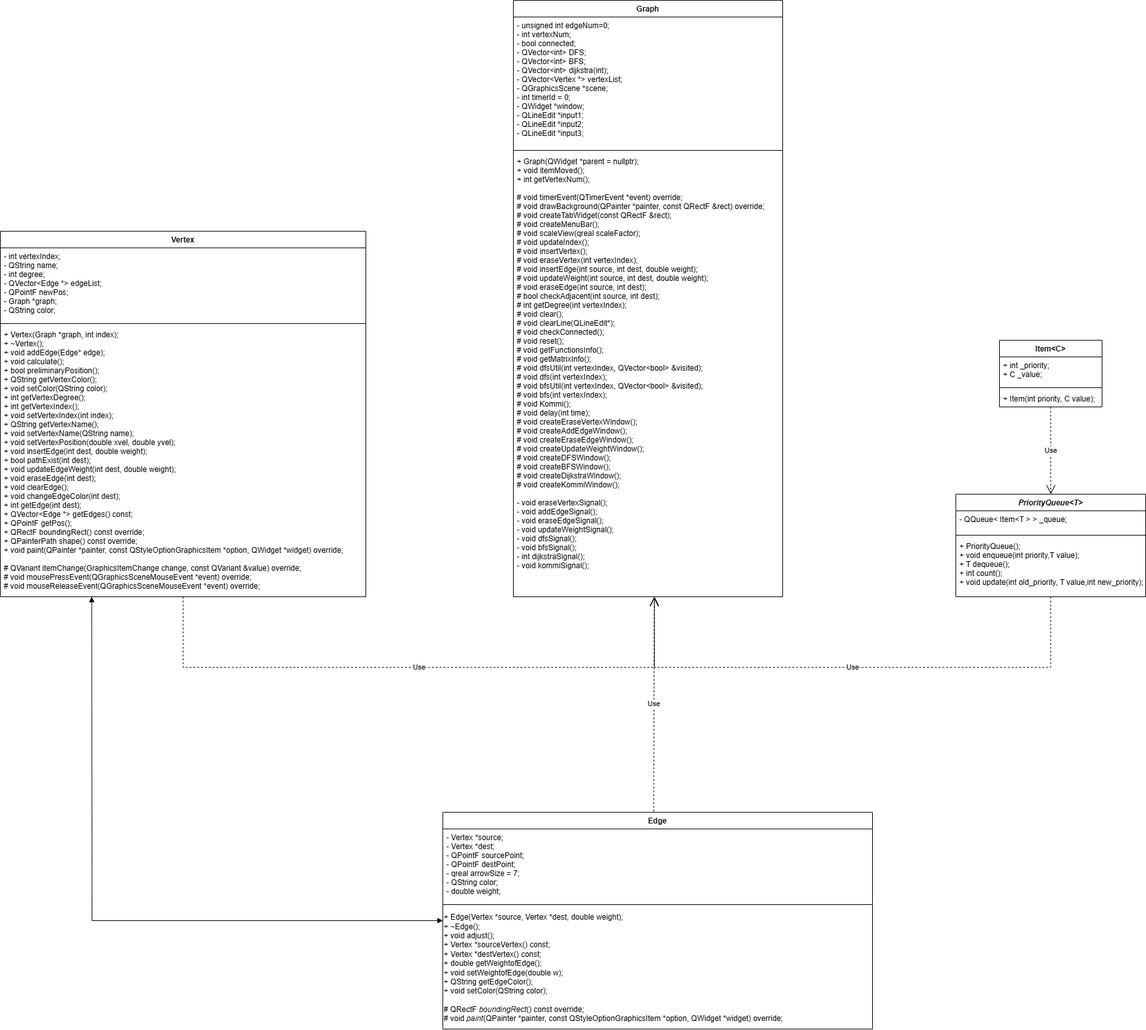
Before: Graph/kommi.png, a diagram exported from draw.io (blzz4c/CreativeWork). Source tidied: cells renumbered, new cells last; positions are measured from the earlier drawing's top-left corner, leaving out a move shared by most shapes.
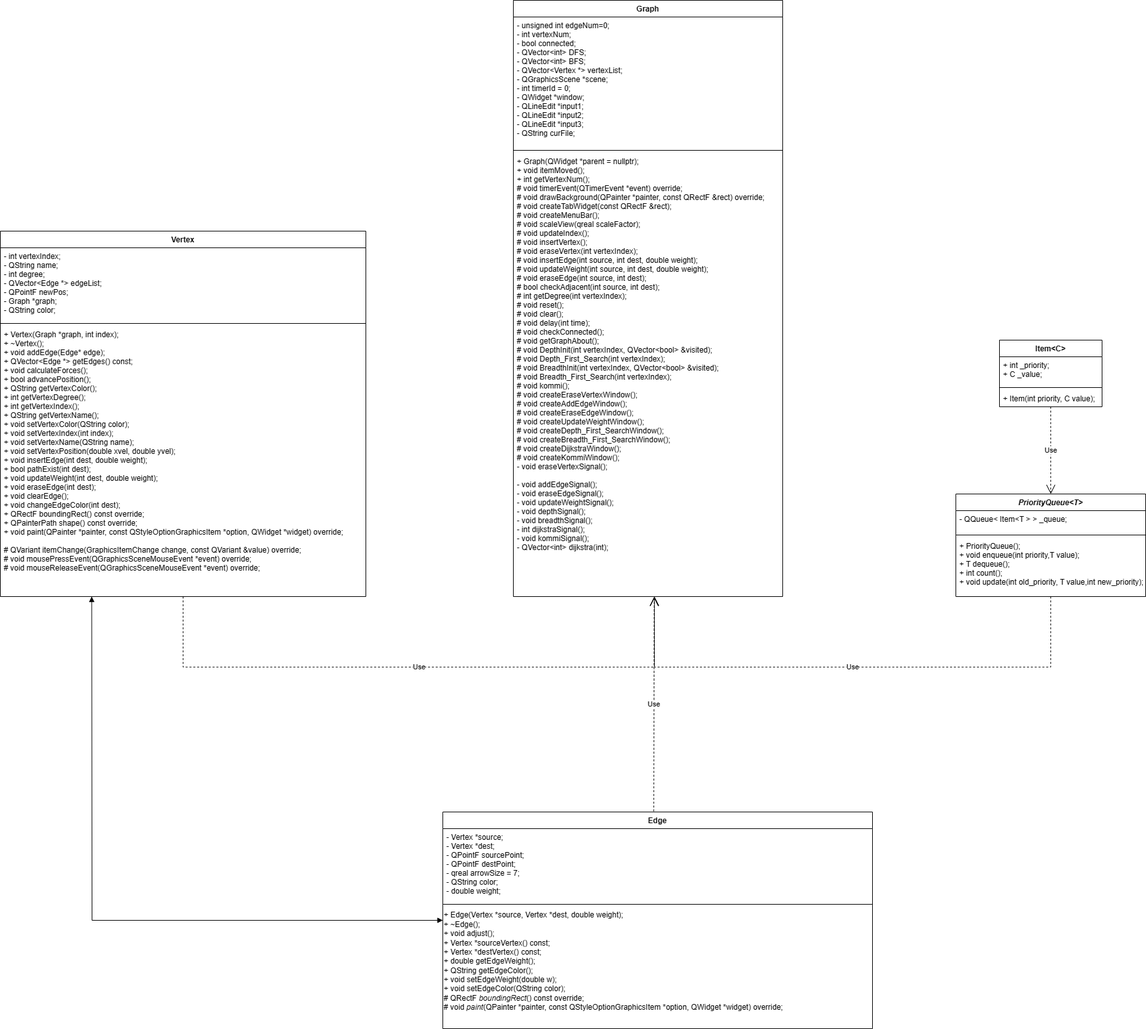
Above is the later version.

Change to the diagram source:
```diff
@@ -23,7 +23,7 @@
     <mxCell id="8" style="line;html=1;strokeWidth=1;align=left;verticalAlign=middle;spacingTop=-1;spacingLeft=3;spacingRight=3;labelPosition=right;" parent="6" vertex="1">
       <mxGeometry y="140" width="570" height="8" as="geometry" />
     </mxCell>
-    <mxCell id="9" value="+ Vertex(Graph *graph, int index);&#10;+ ~Vertex();&#10;+ void addEdge(Edge* edge);&#10;+ void calculate();&#10;+ bool preliminaryPosition();&#10;+ QString getVertexColor();&#10;+ void setColor(QString color);&#10;+ int getVertexDegree();&#10;+ int getVertexIndex();&#10;+ void setVertexIndex(int index);&#10;+ QString getVertexName();&#10;+ void setVertexName(QString name);&#10;+ void setVertexPosition(double xvel, double yvel);&#10;+ void insertEdge(int dest, double weight);&#10;+ bool pathExist(int dest);&#10;+ void updateEdgeWeight(int dest, double weight);&#10;+ void eraseEdge(int dest);&#10;+ void clearEdge();&#10;+ void changeEdgeColor(int dest);&#10;+ int getEdge(int dest);&#10;+ QVector&lt;Edge *&gt; getEdges() const;&#10;+ QPointF getPos();&#10;+ QRectF boundingRect() const override;&#10;+ QPainterPath shape() const override;&#10;+ void paint(QPainter *painter, const QStyleOptionGraphicsItem *option, QWidget *widget) override;&#10;&#10;# QVariant itemChange(GraphicsItemChange change, const QVariant &amp;value) override;&#10;# void mousePressEvent(QGraphicsSceneMouseEvent *event) override;&#10;# void mouseReleaseEvent(QGraphicsSceneMouseEvent *event) override;" style="text;align=left;verticalAlign=top;spacingLeft=4;spacingRight=4;overflow=hidden;fontStyle=0;fontFamily=Helvetica;" parent="6" vertex="1">
+    <mxCell id="9" value="+ Vertex(Graph *graph, int index);&#10;+ ~Vertex();&#10;+ void addEdge(Edge* edge);&#10;+ QVector&lt;Edge *&gt; getEdges() const;&#10;+ void calculateForces();&#10;+ bool advancePosition();&#10;+ QString getVertexColor();&#10;+ int getVertexDegree();&#10;+ int getVertexIndex();&#10;+ QString getVertexName();&#10;+ void setVertexColor(QString color);&#10;+ void setVertexIndex(int index);&#10;+ void setVertexName(QString name);&#10;+ void setVertexPosition(double xvel, double yvel);&#10;+ void insertEdge(int dest, double weight);&#10;+ bool pathExist(int dest);&#10;+ void updateWeight(int dest, double weight);&#10;+ void eraseEdge(int dest);&#10;+ void clearEdge();&#10;+ void changeEdgeColor(int dest);&#10;+ QRectF boundingRect() const override;&#10;+ QPainterPath shape() const override;&#10;+ void paint(QPainter *painter, const QStyleOptionGraphicsItem *option, QWidget *widget) override;&#10;&#10;# QVariant itemChange(GraphicsItemChange change, const QVariant &amp;value) override;&#10;# void mousePressEvent(QGraphicsSceneMouseEvent *event) override;&#10;# void mouseReleaseEvent(QGraphicsSceneMouseEvent *event) override;" style="text;align=left;verticalAlign=top;spacingLeft=4;spacingRight=4;overflow=hidden;fontStyle=0;fontFamily=Helvetica;" parent="6" vertex="1">
       <mxGeometry y="148" width="570" height="412" as="geometry" />
     </mxCell>
     <mxCell id="10" value="Edge" style="swimlane;fontStyle=1;align=center;verticalAlign=top;horizontal=1;startSize=26;rounded=0;shadow=0;strokeWidth=1;fontFamily=Helvetica;" parent="1" vertex="1">
@@ -35,19 +35,19 @@
     <mxCell id="12" style="line;html=1;strokeWidth=1;align=left;verticalAlign=middle;spacingTop=-1;spacingLeft=3;spacingRight=3;labelPosition=right;" parent="10" vertex="1">
       <mxGeometry y="140" width="670" height="8" as="geometry" />
     </mxCell>
-    <mxCell id="13" value="&lt;pre style=&quot;margin-top: 0px; margin-bottom: 0px;&quot;&gt;&lt;font face=&quot;Helvetica&quot;&gt;+ Edge(Vertex *source, Vertex *dest, double weight);&lt;/font&gt;&lt;/pre&gt;&lt;pre style=&quot;margin-top: 0px; margin-bottom: 0px;&quot;&gt;&lt;font face=&quot;Helvetica&quot;&gt;+ ~Edge();&lt;/font&gt;&lt;/pre&gt;&lt;pre style=&quot;margin-top: 0px; margin-bottom: 0px;&quot;&gt;&lt;pre style=&quot;margin-top: 0px; margin-bottom: 0px;&quot;&gt;&lt;font face=&quot;Helvetica&quot;&gt;+ void adjust();&lt;/font&gt;&lt;/pre&gt;&lt;pre style=&quot;margin-top: 0px; margin-bottom: 0px;&quot;&gt;&lt;font face=&quot;Helvetica&quot;&gt;+ Vertex *sourceVertex() const;&lt;/font&gt;&lt;/pre&gt;&lt;pre style=&quot;margin-top: 0px; margin-bottom: 0px;&quot;&gt;&lt;font face=&quot;Helvetica&quot;&gt;+ Vertex *destVertex() const;&lt;/font&gt;&lt;/pre&gt;&lt;pre style=&quot;margin-top: 0px; margin-bottom: 0px;&quot;&gt;&lt;font face=&quot;Helvetica&quot;&gt;+ double getWeightofEdge();&lt;/font&gt;&lt;/pre&gt;&lt;pre style=&quot;margin-top: 0px; margin-bottom: 0px;&quot;&gt;&lt;font face=&quot;Helvetica&quot;&gt;+ void setWeightofEdge(double w);&lt;/font&gt;&lt;/pre&gt;&lt;pre style=&quot;margin-top: 0px; margin-bottom: 0px;&quot;&gt;&lt;font face=&quot;Helvetica&quot;&gt;+ QString getEdgeColor();&lt;/font&gt;&lt;/pre&gt;&lt;pre style=&quot;margin-top: 0px; margin-bottom: 0px;&quot;&gt;&lt;font face=&quot;Helvetica&quot;&gt;+ void setColor(QString color);&lt;/font&gt;&lt;/pre&gt;&lt;pre style=&quot;margin-top: 0px; margin-bottom: 0px;&quot;&gt;&lt;font face=&quot;Helvetica&quot;&gt;&lt;br&gt;&lt;/font&gt;&lt;/pre&gt;&lt;pre style=&quot;margin-top: 0px; margin-bottom: 0px;&quot;&gt;&lt;font face=&quot;Helvetica&quot;&gt;# QRectF &lt;span style=&quot;font-style: italic;&quot;&gt;boundingRect&lt;/span&gt;() const override;&lt;/font&gt;&lt;/pre&gt;&lt;pre style=&quot;margin-top: 0px; margin-bottom: 0px;&quot;&gt;&lt;font face=&quot;Helvetica&quot;&gt;# void &lt;span style=&quot;font-style: italic;&quot;&gt;paint&lt;/span&gt;(QPainter *painter, const QStyleOptionGraphicsItem *option, QWidget *widget) override;&lt;/font&gt;&lt;/pre&gt;&lt;/pre&gt;" style="text;html=1;align=left;verticalAlign=middle;strokeColor=none;fillColor=none;" parent="10" vertex="1">
-      <mxGeometry y="148" width="670" height="190" as="geometry" />
+    <mxCell id="13" value="&lt;pre style=&quot;margin-top: 0px; margin-bottom: 0px;&quot;&gt;&lt;font face=&quot;Helvetica&quot;&gt;+ Edge(Vertex *source, Vertex *dest, double weight);&lt;br/&gt;+ ~Edge();&lt;br/&gt;+ void adjust();&lt;br/&gt;+ Vertex *sourceVertex() const;&lt;br/&gt;+ Vertex *destVertex() const;&lt;br/&gt;+ double getEdgeWeight();&lt;br/&gt;+ QString getEdgeColor();&lt;br/&gt;+ void setEdgeWeight(double w);&lt;br/&gt;+ void setEdgeColor(QString color);&lt;/font&gt;&lt;br&gt;&lt;/pre&gt;&lt;pre style=&quot;margin-top: 0px; margin-bottom: 0px;&quot;&gt;&lt;pre style=&quot;margin-top: 0px; margin-bottom: 0px;&quot;&gt;&lt;font face=&quot;Helvetica&quot;&gt;# QRectF &lt;span style=&quot;font-style: italic;&quot;&gt;boundingRect&lt;/span&gt;() const override;&lt;/font&gt;&lt;/pre&gt;&lt;pre style=&quot;margin-top: 0px; margin-bottom: 0px;&quot;&gt;&lt;font face=&quot;Helvetica&quot;&gt;# void &lt;span style=&quot;font-style: italic;&quot;&gt;paint&lt;/span&gt;(QPainter *painter, const QStyleOptionGraphicsItem *option, QWidget *widget) override;&lt;/font&gt;&lt;/pre&gt;&lt;/pre&gt;" style="text;html=1;align=left;verticalAlign=middle;strokeColor=none;fillColor=none;" parent="10" vertex="1">
+      <mxGeometry y="148" width="670" height="170" as="geometry" />
     </mxCell>
     <mxCell id="14" value="Graph" style="swimlane;fontStyle=1;align=center;verticalAlign=top;horizontal=1;startSize=26;rounded=0;shadow=0;strokeWidth=1;fontFamily=Helvetica;" parent="1" vertex="1">
       <mxGeometry x="800" width="420" height="930" as="geometry" />
     </mxCell>
-    <mxCell id="15" value="- unsigned int edgeNum=0;&#10;- int vertexNum;&#10;- bool connected;&#10;- QVector&lt;int&gt; DFS;&#10;- QVector&lt;int&gt; BFS;&#10;- QVector&lt;int&gt; dijkstra(int);&#10;- QVector&lt;Vertex *&gt; vertexList;&#10;- QGraphicsScene *scene;&#10;- int timerId = 0;&#10;- QWidget *window;&#10;- QLineEdit *input1;&#10;- QLineEdit *input2;&#10;- QLineEdit *input3;" style="text;align=left;verticalAlign=top;spacingLeft=4;spacingRight=4;overflow=hidden;fontFamily=Helvetica;" parent="14" vertex="1">
+    <mxCell id="15" value="- unsigned int edgeNum=0;&#10;- int vertexNum;&#10;- bool connected;&#10;- QVector&lt;int&gt; DFS;&#10;- QVector&lt;int&gt; BFS;&#10;- QVector&lt;Vertex *&gt; vertexList;&#10;- QGraphicsScene *scene;&#10;- int timerId = 0;&#10;- QWidget *window;&#10;- QLineEdit *input1;&#10;- QLineEdit *input2;&#10;- QLineEdit *input3;&#10;- QString curFile;" style="text;align=left;verticalAlign=top;spacingLeft=4;spacingRight=4;overflow=hidden;fontFamily=Helvetica;" parent="14" vertex="1">
       <mxGeometry y="26" width="420" height="204" as="geometry" />
     </mxCell>
     <mxCell id="16" style="line;html=1;strokeWidth=1;align=left;verticalAlign=middle;spacingTop=-1;spacingLeft=3;spacingRight=3;labelPosition=right;" parent="14" vertex="1">
       <mxGeometry y="230" width="420" height="8" as="geometry" />
     </mxCell>
-    <mxCell id="17" value="+ Graph(QWidget *parent = nullptr);&#10;+ void itemMoved();&#10;+ int getVertexNum();&#10;&#10;# void timerEvent(QTimerEvent *event) override;&#10;# void drawBackground(QPainter *painter, const QRectF &amp;rect) override;&#10;# void createTabWidget(const QRectF &amp;rect);&#10;# void createMenuBar();&#10;# void scaleView(qreal scaleFactor);&#10;# void updateIndex();&#10;# void insertVertex();&#10;# void eraseVertex(int vertexIndex);&#10;# void insertEdge(int source, int dest, double weight);&#10;# void updateWeight(int source, int dest, double weight);&#10;# void eraseEdge(int source, int dest);&#10;# bool checkAdjacent(int source, int dest);&#10;# int getDegree(int vertexIndex);&#10;# void clear();&#10;# void clearLine(QLineEdit*);&#10;# void checkConnected();&#10;# void reset();&#10;# void getFunctionsInfo();&#10;# void getMatrixInfo();&#10;# void dfsUtil(int vertexIndex, QVector&lt;bool&gt; &amp;visited);&#10;# void dfs(int vertexIndex);&#10;# void bfsUtil(int vertexIndex, QVector&lt;bool&gt; &amp;visited);&#10;# void bfs(int vertexIndex);&#10;# void Kommi();&#10;# void delay(int time);&#10;# void createEraseVertexWindow();&#10;# void createAddEdgeWindow();&#10;# void createEraseEdgeWindow();&#10;# void createUpdateWeightWindow();&#10;# void createDFSWindow();&#10;# void createBFSWindow();&#10;# void createDijkstraWindow();&#10;# void createKommiWindow();&#10;&#10;- void eraseVertexSignal();&#10;- void addEdgeSignal();&#10;- void eraseEdgeSignal();&#10;- void updateWeightSignal();&#10;- void dfsSignal();&#10;- void bfsSignal();&#10;- int dijkstraSignal();&#10;- void kommiSignal();" style="text;align=left;verticalAlign=top;spacingLeft=4;spacingRight=4;overflow=hidden;points=[[0,0.5],[1,0.5]];portConstraint=eastwest;fontFamily=Helvetica;" parent="14" vertex="1">
+    <mxCell id="17" value="+ Graph(QWidget *parent = nullptr);&#10;+ void itemMoved();&#10;+ int getVertexNum();&#10;# void timerEvent(QTimerEvent *event) override;&#10;# void drawBackground(QPainter *painter, const QRectF &amp;rect) override;&#10;# void createTabWidget(const QRectF &amp;rect);&#10;# void createMenuBar();&#10;# void scaleView(qreal scaleFactor);&#10;# void updateIndex();&#10;# void insertVertex();&#10;# void eraseVertex(int vertexIndex);&#10;# void insertEdge(int source, int dest, double weight);&#10;# void updateWeight(int source, int dest, double weight);&#10;# void eraseEdge(int source, int dest);&#10;# bool checkAdjacent(int source, int dest);&#10;# int getDegree(int vertexIndex);&#10;# void reset();&#10;# void clear();&#10;# void delay(int time);&#10;# void checkConnected();&#10;# void getGraphAbout();&#10;# void DepthInit(int vertexIndex, QVector&lt;bool&gt; &amp;visited);&#10;# void Depth_First_Search(int vertexIndex);&#10;# void BreadthInit(int vertexIndex, QVector&lt;bool&gt; &amp;visited);&#10;# void Breadth_First_Search(int vertexIndex);&#10;# void kommi();&#10;# void createEraseVertexWindow();&#10;# void createAddEdgeWindow();&#10;# void createEraseEdgeWindow();&#10;# void createUpdateWeightWindow();&#10;# void createDepth_First_SearchWindow();&#10;# void createBreadth_First_SearchWindow();&#10;# void createDijkstraWindow();&#10;# void createKommiWindow();&#10;- void eraseVertexSignal();&#10;&#10;- void addEdgeSignal();&#10;- void eraseEdgeSignal();&#10;- void updateWeightSignal();&#10;- void depthSignal();&#10;- void breadthSignal();&#10;- int dijkstraSignal();&#10;- void kommiSignal();&#10;- QVector&lt;int&gt; dijkstra(int);&#10;" style="text;align=left;verticalAlign=top;spacingLeft=4;spacingRight=4;overflow=hidden;points=[[0,0.5],[1,0.5]];portConstraint=eastwest;fontFamily=Helvetica;" parent="14" vertex="1">
       <mxGeometry y="238" width="420" height="692" as="geometry" />
     </mxCell>
     <mxCell id="18" value="Item&amp;lt;C&amp;gt;" style="swimlane;fontStyle=1;align=center;verticalAlign=top;horizontal=1;startSize=26;whiteSpace=wrap;html=1;" parent="1" vertex="1">
```
